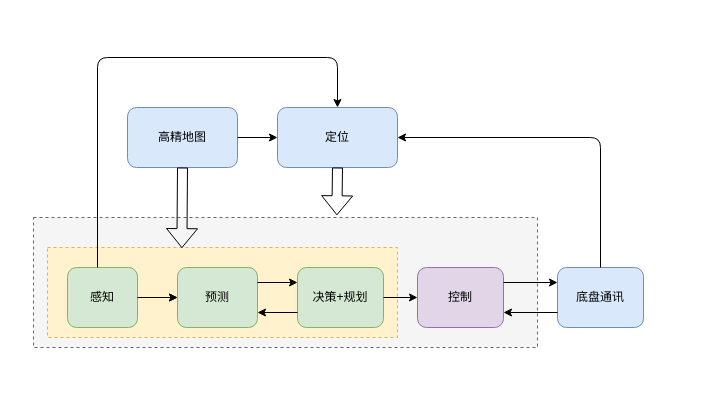
Earlier version of the draw.io diagram V2版本基本框架.drawio (zyyfly2010/Test). Source tidied: cells renumbered, new cells numbered last; positions are measured from the earlier drawing's top-left corner, leaving out a move shared by most shapes. Both pictures are drawn from the tidied source at 100%, with x=0, y=0 at pixel (33, 57).
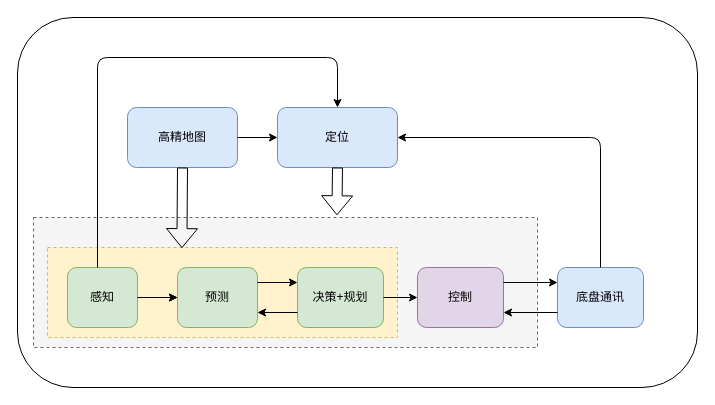
The same page after the edit.

Commit message:
Update V2版本基本框架.drawio

What changed in the source:
```diff
@@
+    <mxCell id="23" style="rounded=1;whiteSpace=wrap;html=1;" parent="1" vertex="1">
+      <mxGeometry x="-16" y="-40" width="680" height="370" as="geometry" />
+    </mxCell>
```
